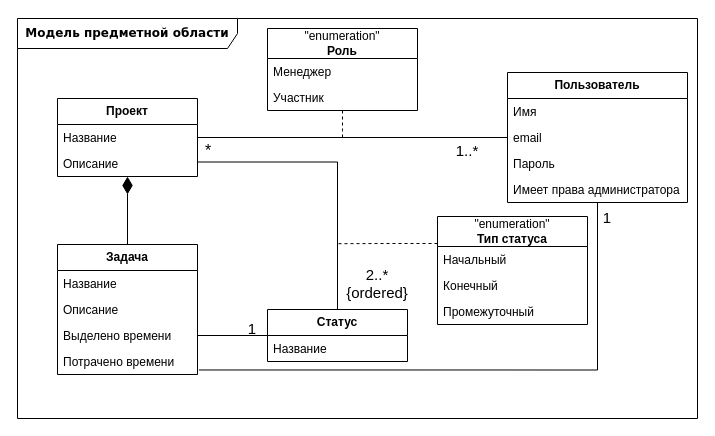
Earlier version of the draw.io diagram docs/raw_diagrams/domain_model.drawio (aVorotnikov/thunder_board). Source tidied: cells renumbered, new cells numbered last; positions are measured from the earlier drawing's top-left corner, leaving out a move shared by most shapes. Both pictures are drawn from the tidied source at 100%, with x=0, y=0 at pixel (17, 18).
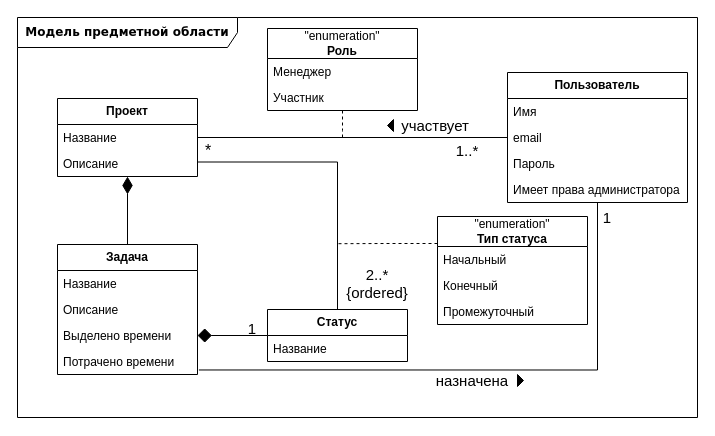
The same page after the edit.

Commit message:
Добавлены подписи ассоциаций

Unchanged cells that the change refers to:
```xml
<mxCell id="10" value="Выделено времени" style="text;strokeColor=none;fillColor=none;align=left;verticalAlign=top;spacingLeft=4;spacingRight=4;overflow=hidden;points=[[0,0.5],[1,0.5]];portConstraint=eastwest;whiteSpace=wrap;html=1;" parent="7" vertex="1">
  <mxGeometry y="78" width="140" height="26" as="geometry" />
</mxCell>
<mxCell id="26" value="&lt;b&gt;Статус&lt;/b&gt;" style="swimlane;fontStyle=0;horizontal=1;startSize=26;fillColor=none;whiteSpace=wrap;html=1;" parent="1" vertex="1">
  <mxGeometry x="250" y="291" width="140" height="52" as="geometry" />
</mxCell>
```

The edit, as a diff of the source:
```diff
@@
     <mxCell id="2" value="&lt;b&gt;Модель предметной области&lt;/b&gt;" style="shape=umlFrame;whiteSpace=wrap;html=1;rounded=1;shadow=0;comic=0;labelBackgroundColor=none;strokeWidth=1;fontFamily=Verdana;fontSize=12;align=center;width=220;height=30;" parent="1" vertex="1">
-      <mxGeometry width="680" height="400" as="geometry" />
+      <mxGeometry y="-1" width="680" height="400" as="geometry" />
     </mxCell>
@@
-    <mxCell id="6" style="edgeStyle=orthogonalEdgeStyle;rounded=0;jettySize=auto;html=1;endArrow=none;endFill=0;exitX=1;exitY=0.5;exitDx=0;exitDy=0;" parent="1" edge="1" source="10" target="26">
+    <mxCell id="6" style="edgeStyle=orthogonalEdgeStyle;rounded=0;jettySize=auto;html=1;endArrow=none;endFill=0;exitX=1;exitY=0.5;exitDx=0;exitDy=0;startArrow=diamond;startFill=1;endSize=9;startSize=12;" parent="1" edge="1" source="10" target="26">
       <mxGeometry relative="1" as="geometry" />
     </mxCell>
@@
+    <mxCell id="37" style="triangle;fillColor=strokeColor;" parent="1" vertex="1">
+      <mxGeometry x="500" y="356" width="6" height="12" as="geometry" />
+    </mxCell>
+    <mxCell id="38" value="назначена" style="text;html=1;strokeColor=none;fillColor=none;align=center;verticalAlign=middle;whiteSpace=wrap;rounded=0;fontSize=15;" parent="1" vertex="1">
+      <mxGeometry x="390" y="352" width="130" height="20" as="geometry" />
+    </mxCell>
+    <mxCell id="39" style="triangle;fillColor=strokeColor;flipH=1;" parent="1" vertex="1">
+      <mxGeometry x="370" y="101" width="6" height="12" as="geometry" />
+    </mxCell>
+    <mxCell id="40" value="участвует" style="text;html=1;strokeColor=none;fillColor=none;align=center;verticalAlign=middle;whiteSpace=wrap;rounded=0;fontSize=15;" parent="1" vertex="1">
+      <mxGeometry x="388" y="92" width="60" height="30" as="geometry" />
+    </mxCell>
```
